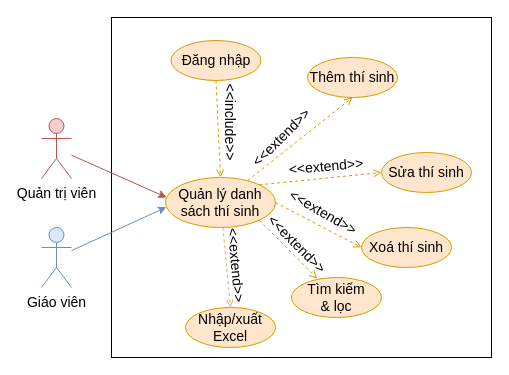
Before: Documents/draw/usecase/phan-ra/danh-sach-thi-sinh.drawio in copecute/do-an-tot-nghiep, a draw.io diagram. Source tidied: cells renumbered, new cells numbered last; positions are measured from the earlier drawing's top-left corner, leaving out a move shared by most shapes. Both pictures are drawn from the tidied source at 100%, with x=0, y=0 at pixel (41, 17).
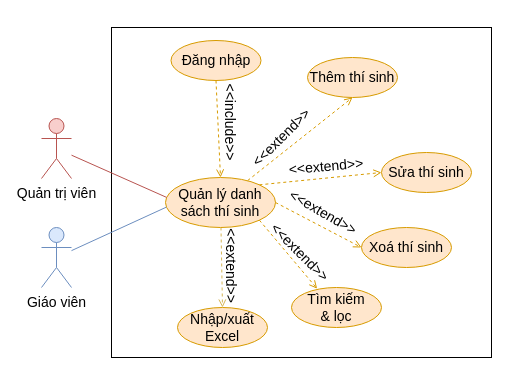
The same diagram, later.

Unchanged cells that the change refers to:
```xml
<mxCell id="4" value="Quản lý danh sách thí sinh" style="ellipse;whiteSpace=wrap;html=1;fillColor=#ffe6cc;strokeColor=#d79b00;fontSize=14;" parent="1" vertex="1">
  <mxGeometry x="124" y="160" width="110" height="50" as="geometry" />
</mxCell>
<mxCell id="15" value="Quản trị viên" style="shape=umlActor;verticalLabelPosition=bottom;verticalAlign=top;html=1;outlineConnect=0;fillColor=#f8cecc;strokeColor=#b85450;fontSize=14;" parent="1" vertex="1">
  <mxGeometry y="101" width="30" height="60" as="geometry" />
</mxCell>
<mxCell id="20" value="Giáo viên" style="shape=umlActor;verticalLabelPosition=bottom;verticalAlign=top;html=1;outlineConnect=0;fillColor=#dae8fc;strokeColor=#6c8ebf;fontSize=14;" parent="1" vertex="1">
  <mxGeometry y="210" width="30" height="60" as="geometry" />
</mxCell>
```

What changed in the source:
```diff
@@
     <mxCell id="2" style="rounded=0;whiteSpace=wrap;html=1;" parent="1" vertex="1">
-      <mxGeometry x="70" width="380" height="340" as="geometry" />
+      <mxGeometry x="70" y="10" width="380" height="330" as="geometry" />
     </mxCell>
@@
-    <mxCell id="14" style="rounded=0;jettySize=auto;html=1;entryX=0.011;entryY=0.399;entryDx=0;entryDy=0;fillColor=#f8cecc;strokeColor=#b85450;fontSize=14;entryPerimeter=0;" parent="1" edge="1" source="15" target="4">
+    <mxCell id="14" style="rounded=0;jettySize=auto;html=1;entryX=0.011;entryY=0.399;entryDx=0;entryDy=0;fillColor=#f8cecc;strokeColor=#b85450;fontSize=14;entryPerimeter=0;endArrow=none;startFill=0;" parent="1" edge="1" source="15" target="4">
       <mxGeometry relative="1" as="geometry" />
     </mxCell>
@@
-    <mxCell id="19" style="rounded=0;jettySize=auto;html=1;entryX=0.008;entryY=0.593;entryDx=0;entryDy=0;fillColor=#dae8fc;strokeColor=#6c8ebf;entryPerimeter=0;" parent="1" edge="1" source="20" target="4">
+    <mxCell id="19" style="rounded=0;jettySize=auto;html=1;entryX=0.008;entryY=0.593;entryDx=0;entryDy=0;fillColor=#dae8fc;strokeColor=#6c8ebf;entryPerimeter=0;endArrow=none;startFill=0;" parent="1" edge="1" source="20" target="4">
       <mxGeometry relative="1" as="geometry" />
     </mxCell>
@@
     <mxCell id="21" value="Nhập/xuất&lt;br&gt;Excel" style="ellipse;whiteSpace=wrap;html=1;fillColor=#ffe6cc;strokeColor=#d79b00;fontSize=14;" parent="1" vertex="1">
-      <mxGeometry x="144" y="290" width="90" height="40" as="geometry" />
+      <mxGeometry x="136" y="290" width="90" height="40" as="geometry" />
     </mxCell>
     <mxCell id="22" value="Tìm kiếm&lt;div&gt;&amp;amp; lọc&lt;/div&gt;" style="ellipse;whiteSpace=wrap;html=1;fillColor=#ffe6cc;strokeColor=#d79b00;fontSize=14;" parent="1" vertex="1">
-      <mxGeometry x="250" y="260" width="90" height="40" as="geometry" />
+      <mxGeometry x="250" y="270" width="90" height="40" as="geometry" />
     </mxCell>
@@
     <mxCell id="24" value="&lt;font style=&quot;font-size: 14px;&quot;&gt;&amp;lt;&amp;lt;extend&amp;gt;&amp;gt;&lt;/font&gt;" style="text;html=1;strokeColor=none;fillColor=none;align=center;verticalAlign=middle;whiteSpace=wrap;rounded=0;rotation=45;fontSize=14;" parent="1" vertex="1">
-      <mxGeometry x="226" y="212" width="60" height="30" as="geometry" />
+      <mxGeometry x="229" y="220" width="60" height="30" as="geometry" />
     </mxCell>
-    <mxCell id="25" value="&lt;font style=&quot;font-size: 14px;&quot;&gt;&amp;lt;&amp;lt;extend&amp;gt;&amp;gt;&lt;/font&gt;" style="text;html=1;strokeColor=none;fillColor=none;align=center;verticalAlign=middle;whiteSpace=wrap;rounded=0;rotation=85;fontSize=14;" parent="1" vertex="1">
-      <mxGeometry x="165" y="233" width="60" height="30" as="geometry" />
+    <mxCell id="25" value="&lt;font style=&quot;font-size: 14px;&quot;&gt;&amp;lt;&amp;lt;extend&amp;gt;&amp;gt;&lt;/font&gt;" style="text;html=1;strokeColor=none;fillColor=none;align=center;verticalAlign=middle;whiteSpace=wrap;rounded=0;rotation=90;fontSize=14;" parent="1" vertex="1">
+      <mxGeometry x="159.5" y="233" width="60" height="30" as="geometry" />
     </mxCell>
```
